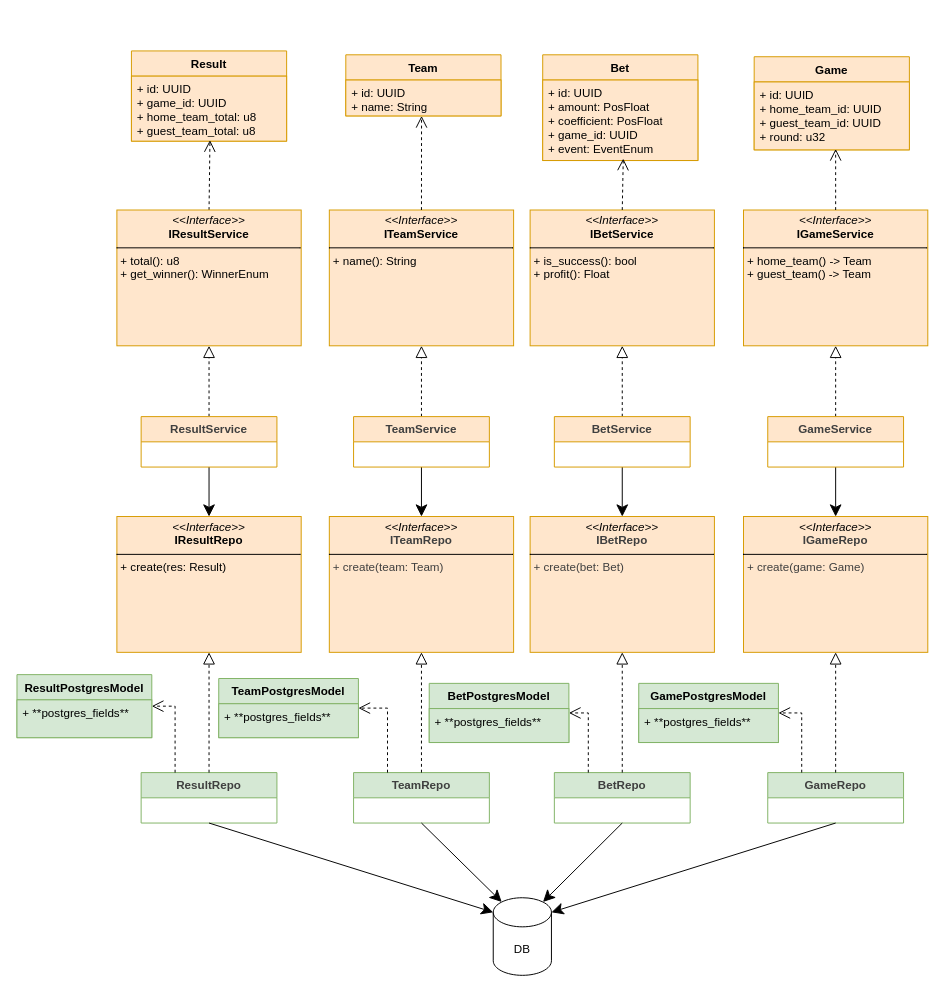
Earlier version of the draw.io diagram report/schm/uml.drawio (AnGREATern/RomBet). Source tidied: cells renumbered, new cells numbered last; positions are measured from the earlier drawing's top-left corner, leaving out a move shared by most shapes. Both pictures are drawn from the tidied source at 97%, with x=0, y=0 at pixel (16, 50).
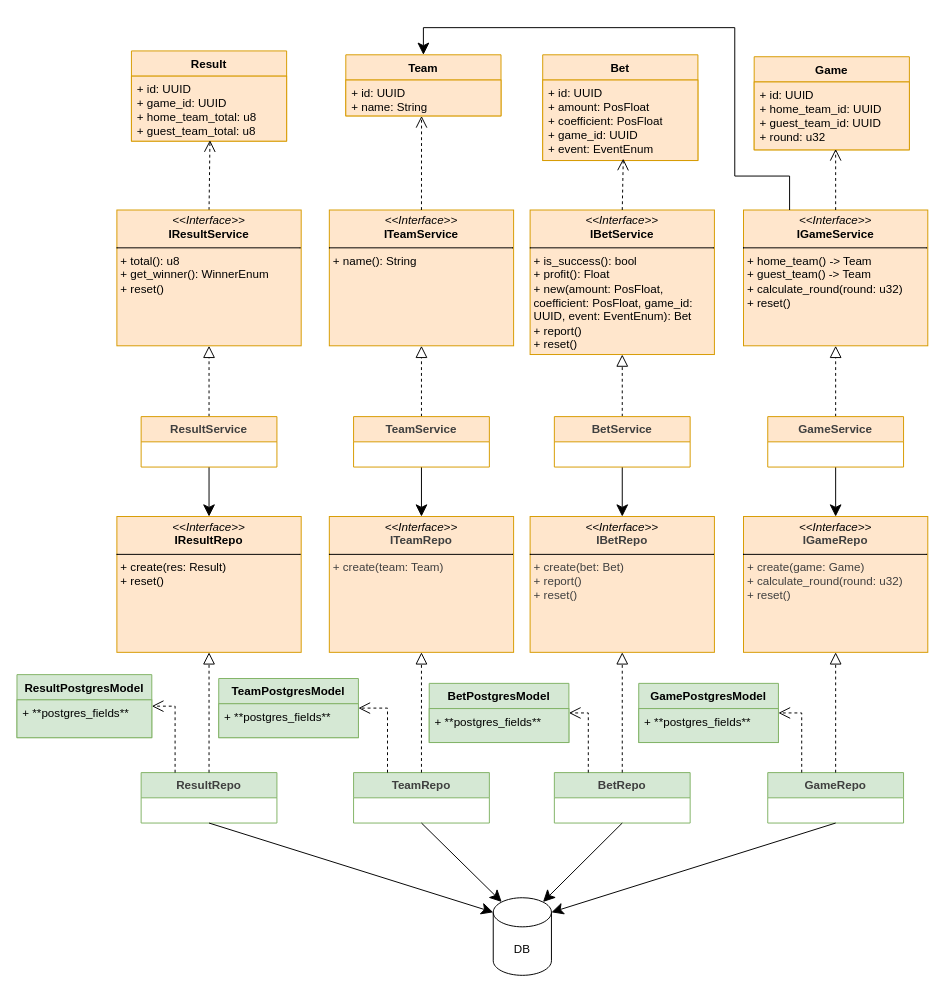
The same diagram, later.

Commit message:
Add methods for use-cases

The change refers to these unchanged cells:
```xml
<mxCell id="2" value="Team" style="swimlane;fontStyle=1;align=center;verticalAlign=top;horizontal=1;startSize=26;whiteSpace=wrap;html=1;fillColor=#ffe6cc;strokeColor=#d79b00;" parent="1" vertex="1">
  <mxGeometry x="339" y="4" width="160" height="63" as="geometry" />
</mxCell>
```

Diff of the diagram source:
```diff
@@
-    <mxCell id="11" value="&lt;p style=&quot;margin:0px;margin-top:4px;text-align:center;&quot;&gt;&lt;i&gt;&amp;lt;&amp;lt;Interface&amp;gt;&amp;gt;&lt;/i&gt;&lt;br&gt;&lt;b&gt;IResultService&lt;/b&gt;&lt;/p&gt;&lt;hr size=&quot;1&quot; style=&quot;border-style:solid;&quot;&gt;&lt;p style=&quot;margin:0px;margin-left:4px;&quot;&gt;&lt;/p&gt;&lt;p style=&quot;margin:0px;margin-left:4px;&quot;&gt;+ total(): u8&lt;br&gt;+ get_winner(): WinnerEnum&lt;/p&gt;" style="verticalAlign=top;align=left;overflow=fill;html=1;whiteSpace=wrap;fillColor=#ffe6cc;strokeColor=#d79b00;" parent="1" vertex="1">
+    <mxCell id="11" value="&lt;p style=&quot;margin:0px;margin-top:4px;text-align:center;&quot;&gt;&lt;i&gt;&amp;lt;&amp;lt;Interface&amp;gt;&amp;gt;&lt;/i&gt;&lt;br&gt;&lt;b&gt;IResultService&lt;/b&gt;&lt;/p&gt;&lt;hr size=&quot;1&quot; style=&quot;border-style:solid;&quot;&gt;&lt;p style=&quot;margin:0px;margin-left:4px;&quot;&gt;&lt;/p&gt;&lt;p style=&quot;margin:0px;margin-left:4px;&quot;&gt;+ total(): u8&lt;br&gt;+ get_winner(): WinnerEnum&lt;/p&gt;&lt;p style=&quot;margin:0px;margin-left:4px;&quot;&gt;+ reset()&lt;/p&gt;" style="verticalAlign=top;align=left;overflow=fill;html=1;whiteSpace=wrap;fillColor=#ffe6cc;strokeColor=#d79b00;" parent="1" vertex="1">
       <mxGeometry x="103" y="164" width="190" height="140" as="geometry" />
     </mxCell>
-    <mxCell id="12" value="&lt;p style=&quot;margin:0px;margin-top:4px;text-align:center;&quot;&gt;&lt;i&gt;&amp;lt;&amp;lt;Interface&amp;gt;&amp;gt;&lt;/i&gt;&lt;br&gt;&lt;b&gt;ITeamService&lt;/b&gt;&lt;/p&gt;&lt;hr size=&quot;1&quot; style=&quot;border-style:solid;&quot;&gt;&lt;p style=&quot;margin:0px;margin-left:4px;&quot;&gt;&lt;/p&gt;&lt;p style=&quot;margin:0px;margin-left:4px;&quot;&gt;+ name(): String&lt;br&gt;&lt;/p&gt;" style="verticalAlign=top;align=left;overflow=fill;html=1;whiteSpace=wrap;fillColor=#ffe6cc;strokeColor=#d79b00;" parent="1" vertex="1">
+    <mxCell id="12" value="&lt;p style=&quot;margin:0px;margin-top:4px;text-align:center;&quot;&gt;&lt;i&gt;&amp;lt;&amp;lt;Interface&amp;gt;&amp;gt;&lt;/i&gt;&lt;br&gt;&lt;b&gt;ITeamService&lt;/b&gt;&lt;/p&gt;&lt;hr size=&quot;1&quot; style=&quot;border-style:solid;&quot;&gt;&lt;p style=&quot;margin:0px;margin-left:4px;&quot;&gt;&lt;/p&gt;&lt;p style=&quot;margin:0px;margin-left:4px;&quot;&gt;+ name(): String&lt;/p&gt;" style="verticalAlign=top;align=left;overflow=fill;html=1;whiteSpace=wrap;fillColor=#ffe6cc;strokeColor=#d79b00;" parent="1" vertex="1">
       <mxGeometry x="322" y="164" width="190" height="140" as="geometry" />
     </mxCell>
-    <mxCell id="13" value="&lt;p style=&quot;margin:0px;margin-top:4px;text-align:center;&quot;&gt;&lt;i&gt;&amp;lt;&amp;lt;Interface&amp;gt;&amp;gt;&lt;/i&gt;&lt;br&gt;&lt;b&gt;IBetService&lt;/b&gt;&lt;/p&gt;&lt;hr size=&quot;1&quot; style=&quot;border-style:solid;&quot;&gt;&lt;p style=&quot;margin:0px;margin-left:4px;&quot;&gt;&lt;/p&gt;&lt;p style=&quot;margin:0px;margin-left:4px;&quot;&gt;+ is_success(): bool&lt;/p&gt;&lt;p style=&quot;margin:0px;margin-left:4px;&quot;&gt;+ profit(): Float&lt;/p&gt;" style="verticalAlign=top;align=left;overflow=fill;html=1;whiteSpace=wrap;fillColor=#ffe6cc;strokeColor=#d79b00;" parent="1" vertex="1">
-      <mxGeometry x="529" y="164" width="190" height="140" as="geometry" />
+    <mxCell id="13" value="&lt;p style=&quot;margin:0px;margin-top:4px;text-align:center;&quot;&gt;&lt;i&gt;&amp;lt;&amp;lt;Interface&amp;gt;&amp;gt;&lt;/i&gt;&lt;br&gt;&lt;b&gt;IBetService&lt;/b&gt;&lt;/p&gt;&lt;hr size=&quot;1&quot; style=&quot;border-style:solid;&quot;&gt;&lt;p style=&quot;margin:0px;margin-left:4px;&quot;&gt;&lt;/p&gt;&lt;p style=&quot;margin:0px;margin-left:4px;&quot;&gt;+ is_success(): bool&lt;/p&gt;&lt;p style=&quot;margin:0px;margin-left:4px;&quot;&gt;+ profit(): Float&lt;/p&gt;&lt;p style=&quot;margin:0px;margin-left:4px;&quot;&gt;+ new(amount: PosFloat, coefficient: PosFloat, game_id: UUID, event: EventEnum): Bet&lt;/p&gt;&lt;p style=&quot;margin:0px;margin-left:4px;&quot;&gt;+ report()&lt;/p&gt;&lt;p style=&quot;margin:0px;margin-left:4px;&quot;&gt;+ reset()&lt;/p&gt;" style="verticalAlign=top;align=left;overflow=fill;html=1;whiteSpace=wrap;fillColor=#ffe6cc;strokeColor=#d79b00;" parent="1" vertex="1">
+      <mxGeometry x="529" y="164" width="190" height="149" as="geometry" />
     </mxCell>
-    <mxCell id="14" value="&lt;p style=&quot;margin:0px;margin-top:4px;text-align:center;&quot;&gt;&lt;i&gt;&amp;lt;&amp;lt;Interface&amp;gt;&amp;gt;&lt;/i&gt;&lt;br&gt;&lt;b&gt;IGameService&lt;/b&gt;&lt;/p&gt;&lt;hr size=&quot;1&quot; style=&quot;border-style:solid;&quot;&gt;&lt;p style=&quot;margin:0px;margin-left:4px;&quot;&gt;&lt;/p&gt;&lt;p style=&quot;margin:0px;margin-left:4px;&quot;&gt;+ home_team() -&amp;gt; Team&lt;/p&gt;&lt;p style=&quot;margin:0px;margin-left:4px;&quot;&gt;+ guest_team() -&amp;gt; Team&lt;/p&gt;" style="verticalAlign=top;align=left;overflow=fill;html=1;whiteSpace=wrap;fillColor=#ffe6cc;strokeColor=#d79b00;" parent="1" vertex="1">
+    <mxCell id="14" value="&lt;p style=&quot;margin:0px;margin-top:4px;text-align:center;&quot;&gt;&lt;i&gt;&amp;lt;&amp;lt;Interface&amp;gt;&amp;gt;&lt;/i&gt;&lt;br&gt;&lt;b&gt;IGameService&lt;/b&gt;&lt;/p&gt;&lt;hr size=&quot;1&quot; style=&quot;border-style:solid;&quot;&gt;&lt;p style=&quot;margin:0px;margin-left:4px;&quot;&gt;&lt;/p&gt;&lt;p style=&quot;margin:0px;margin-left:4px;&quot;&gt;+ home_team() -&amp;gt; Team&lt;/p&gt;&lt;p style=&quot;margin:0px;margin-left:4px;&quot;&gt;+ guest_team() -&amp;gt; Team&lt;/p&gt;&lt;p style=&quot;margin:0px;margin-left:4px;&quot;&gt;+ calculate_round(round: u32)&lt;/p&gt;&lt;p style=&quot;margin:0px;margin-left:4px;&quot;&gt;+ reset()&lt;/p&gt;" style="verticalAlign=top;align=left;overflow=fill;html=1;whiteSpace=wrap;fillColor=#ffe6cc;strokeColor=#d79b00;" parent="1" vertex="1">
       <mxGeometry x="749" y="164" width="190" height="140" as="geometry" />
     </mxCell>
@@
-    <mxCell id="30" value="&lt;p style=&quot;margin:0px;margin-top:4px;text-align:center;&quot;&gt;&lt;i&gt;&amp;lt;&amp;lt;Interface&amp;gt;&amp;gt;&lt;/i&gt;&lt;br&gt;&lt;b&gt;IResultRepo&lt;/b&gt;&lt;/p&gt;&lt;hr size=&quot;1&quot; style=&quot;border-style:solid;&quot;&gt;&lt;p style=&quot;margin:0px;margin-left:4px;&quot;&gt;&lt;/p&gt;&lt;p style=&quot;margin:0px;margin-left:4px;&quot;&gt;+ create(res: Result)&lt;/p&gt;" style="verticalAlign=top;align=left;overflow=fill;html=1;whiteSpace=wrap;fillColor=#ffe6cc;strokeColor=#d79b00;" parent="1" vertex="1">
+    <mxCell id="30" value="&lt;p style=&quot;margin:0px;margin-top:4px;text-align:center;&quot;&gt;&lt;i&gt;&amp;lt;&amp;lt;Interface&amp;gt;&amp;gt;&lt;/i&gt;&lt;br&gt;&lt;b&gt;IResultRepo&lt;/b&gt;&lt;/p&gt;&lt;hr size=&quot;1&quot; style=&quot;border-style:solid;&quot;&gt;&lt;p style=&quot;margin:0px;margin-left:4px;&quot;&gt;&lt;/p&gt;&lt;p style=&quot;margin:0px;margin-left:4px;&quot;&gt;+ create(res: Result)&lt;/p&gt;&lt;p style=&quot;margin:0px;margin-left:4px;&quot;&gt;+ reset()&lt;/p&gt;" style="verticalAlign=top;align=left;overflow=fill;html=1;whiteSpace=wrap;fillColor=#ffe6cc;strokeColor=#d79b00;" parent="1" vertex="1">
       <mxGeometry x="103" y="480" width="190" height="140" as="geometry" />
     </mxCell>
@@
-    <mxCell id="32" value="&lt;p style=&quot;margin:0px;margin-top:4px;text-align:center;&quot;&gt;&lt;i&gt;&amp;lt;&amp;lt;Interface&amp;gt;&amp;gt;&lt;/i&gt;&lt;br&gt;&lt;b style=&quot;color: rgb(63, 63, 63); scrollbar-color: light-dark(#e2e2e2, #4b4b4b)&lt;br/&gt;&#9;&#9;&#9;&#9;&#9;light-dark(#fbfbfb, var(--dark-panel-color));&quot;&gt;IBetRepo&lt;/b&gt;&lt;br&gt;&lt;/p&gt;&lt;hr size=&quot;1&quot; style=&quot;border-style:solid;&quot;&gt;&lt;p style=&quot;margin:0px;margin-left:4px;&quot;&gt;&lt;/p&gt;&lt;p style=&quot;margin:0px;margin-left:4px;&quot;&gt;&lt;span style=&quot;color: rgb(63, 63, 63);&quot;&gt;+ create(bet: Bet)&lt;/span&gt;&lt;br&gt;&lt;/p&gt;" style="verticalAlign=top;align=left;overflow=fill;html=1;whiteSpace=wrap;fillColor=#ffe6cc;strokeColor=#d79b00;" parent="1" vertex="1">
+    <mxCell id="32" value="&lt;p style=&quot;margin:0px;margin-top:4px;text-align:center;&quot;&gt;&lt;i&gt;&amp;lt;&amp;lt;Interface&amp;gt;&amp;gt;&lt;/i&gt;&lt;br&gt;&lt;b style=&quot;color: rgb(63, 63, 63); scrollbar-color: light-dark(#e2e2e2, #4b4b4b)&lt;br/&gt;&#9;&#9;&#9;&#9;&#9;light-dark(#fbfbfb, var(--dark-panel-color));&quot;&gt;IBetRepo&lt;/b&gt;&lt;br&gt;&lt;/p&gt;&lt;hr size=&quot;1&quot; style=&quot;border-style:solid;&quot;&gt;&lt;p style=&quot;margin:0px;margin-left:4px;&quot;&gt;&lt;/p&gt;&lt;p style=&quot;margin:0px;margin-left:4px;&quot;&gt;&lt;span style=&quot;color: rgb(63, 63, 63);&quot;&gt;+ create(bet: Bet)&lt;/span&gt;&lt;/p&gt;&lt;p style=&quot;margin:0px;margin-left:4px;&quot;&gt;&lt;span style=&quot;color: rgb(63, 63, 63);&quot;&gt;+ report()&lt;/span&gt;&lt;/p&gt;&lt;p style=&quot;margin:0px;margin-left:4px;&quot;&gt;&lt;span style=&quot;color: rgb(63, 63, 63);&quot;&gt;+ reset()&lt;/span&gt;&lt;/p&gt;" style="verticalAlign=top;align=left;overflow=fill;html=1;whiteSpace=wrap;fillColor=#ffe6cc;strokeColor=#d79b00;" parent="1" vertex="1">
       <mxGeometry x="529" y="480" width="190" height="140" as="geometry" />
     </mxCell>
-    <mxCell id="33" value="&lt;p style=&quot;margin:0px;margin-top:4px;text-align:center;&quot;&gt;&lt;i&gt;&amp;lt;&amp;lt;Interface&amp;gt;&amp;gt;&lt;/i&gt;&lt;br&gt;&lt;b style=&quot;color: rgb(63, 63, 63); scrollbar-color: light-dark(#e2e2e2, #4b4b4b)&lt;br/&gt;&#9;&#9;&#9;&#9;&#9;light-dark(#fbfbfb, var(--dark-panel-color));&quot;&gt;IGameRepo&lt;/b&gt;&lt;br&gt;&lt;/p&gt;&lt;hr size=&quot;1&quot; style=&quot;border-style:solid;&quot;&gt;&lt;p style=&quot;margin:0px;margin-left:4px;&quot;&gt;&lt;/p&gt;&lt;p style=&quot;margin:0px;margin-left:4px;&quot;&gt;&lt;span style=&quot;color: rgb(63, 63, 63);&quot;&gt;+ create(game: Game)&lt;/span&gt;&lt;br&gt;&lt;/p&gt;" style="verticalAlign=top;align=left;overflow=fill;html=1;whiteSpace=wrap;fillColor=#ffe6cc;strokeColor=#d79b00;" parent="1" vertex="1">
+    <mxCell id="33" value="&lt;p style=&quot;margin:0px;margin-top:4px;text-align:center;&quot;&gt;&lt;i&gt;&amp;lt;&amp;lt;Interface&amp;gt;&amp;gt;&lt;/i&gt;&lt;br&gt;&lt;b style=&quot;color: rgb(63, 63, 63); scrollbar-color: light-dark(#e2e2e2, #4b4b4b)&lt;br/&gt;&#9;&#9;&#9;&#9;&#9;light-dark(#fbfbfb, var(--dark-panel-color));&quot;&gt;IGameRepo&lt;/b&gt;&lt;br&gt;&lt;/p&gt;&lt;hr size=&quot;1&quot; style=&quot;border-style:solid;&quot;&gt;&lt;p style=&quot;margin:0px;margin-left:4px;&quot;&gt;&lt;/p&gt;&lt;p style=&quot;margin:0px;margin-left:4px;&quot;&gt;&lt;span style=&quot;color: rgb(63, 63, 63);&quot;&gt;+ create(game: Game)&lt;/span&gt;&lt;br&gt;&lt;/p&gt;&lt;p style=&quot;margin:0px;margin-left:4px;&quot;&gt;&lt;span style=&quot;color: rgb(63, 63, 63);&quot;&gt;&lt;span style=&quot;color: rgb(63, 63, 63);&quot;&gt;+ calculate_round(round: u32)&lt;/span&gt;&lt;br&gt;&lt;/span&gt;&lt;/p&gt;&lt;p style=&quot;margin:0px;margin-left:4px;&quot;&gt;&lt;span style=&quot;color: rgb(63, 63, 63);&quot;&gt;&lt;span style=&quot;color: rgb(63, 63, 63);&quot;&gt;+ reset()&lt;/span&gt;&lt;/span&gt;&lt;/p&gt;" style="verticalAlign=top;align=left;overflow=fill;html=1;whiteSpace=wrap;fillColor=#ffe6cc;strokeColor=#d79b00;" parent="1" vertex="1">
       <mxGeometry x="749" y="480" width="190" height="140" as="geometry" />
     </mxCell>
@@
+    <mxCell id="59" style="edgeStyle=orthogonalEdgeStyle;html=1;exitX=0.25;exitY=0;exitDx=0;exitDy=0;entryX=0.5;entryY=0;entryDx=0;entryDy=0;endSize=10;rounded=0;" parent="1" edge="1" source="14" target="2">
+      <mxGeometry relative="1" as="geometry">
+        <Array as="points">
+          <mxPoint x="797" y="129" />
+          <mxPoint x="740" y="129" />
+          <mxPoint x="740" y="-24" />
+          <mxPoint x="419" y="-24" />
+        </Array>
+      </mxGeometry>
+    </mxCell>
```
